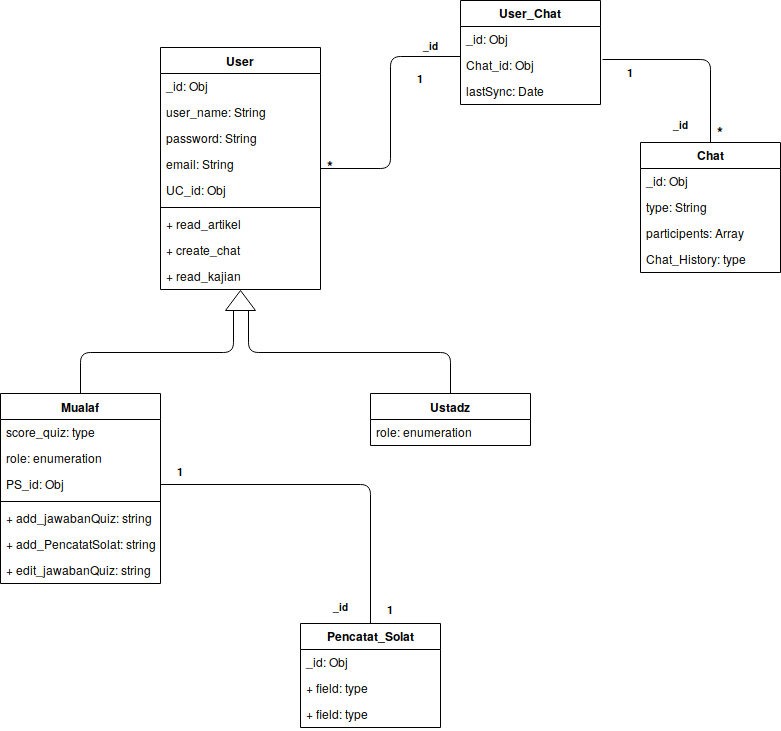
Before: Dokumentasi YUMNA/Class Diagram(1).png, a diagram exported from draw.io (zevaherutomo14/GitYumna). Source tidied: cells renumbered, new cells last; positions are measured from the earlier drawing's top-left corner, leaving out a move shared by most shapes.
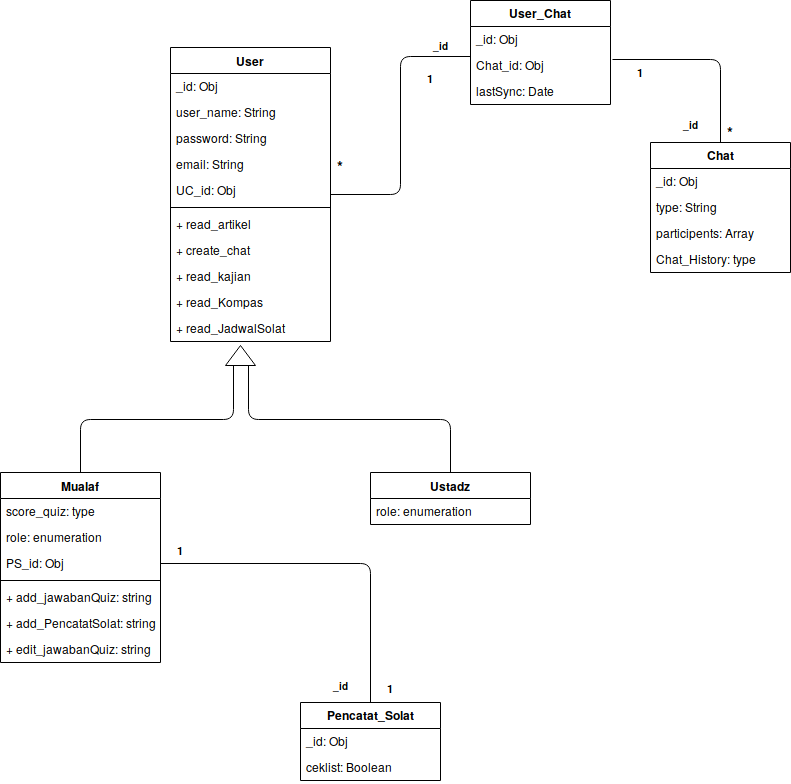
After the change.

Commit message:
Class Diagram V1.02

What changed in the source:
```diff
@@ -3,7 +3,7 @@
     <mxCell id="0" />
     <mxCell id="1" parent="0" />
     <mxCell id="2" style="triangle;whiteSpace=wrap;html=1;rotation=-90;" parent="1" vertex="1">
-      <mxGeometry x="230" y="285" width="20" height="30" as="geometry" />
+      <mxGeometry x="220" y="340" width="20" height="30" as="geometry" />
     </mxCell>
     <mxCell id="3" style="endArrow=none;html=1;edgeStyle=elbowEdgeStyle;elbow=vertical;entryX=0;entryY=0.25;entryDx=0;entryDy=0;" parent="1" edge="1" source="5" target="2">
       <mxGeometry relative="1" as="geometry" />
@@ -12,7 +12,7 @@
       <mxGeometry relative="1" as="geometry" />
     </mxCell>
     <mxCell id="5" value="Mualaf" style="swimlane;fontStyle=1;align=center;verticalAlign=top;horizontal=1;startSize=26;" parent="1" vertex="1">
-      <mxGeometry y="393" width="160" height="190" as="geometry" />
+      <mxGeometry x="-10" y="472" width="160" height="190" as="geometry" />
     </mxCell>
     <mxCell id="6" value="score_quiz: type" style="text;strokeColor=none;fillColor=none;align=left;verticalAlign=top;spacingLeft=4;spacingRight=4;overflow=hidden;" parent="5" vertex="1">
       <mxGeometry y="26" width="160" height="26" as="geometry" />
@@ -36,7 +36,7 @@
       <mxGeometry y="164" width="160" height="26" as="geometry" />
     </mxCell>
     <mxCell id="13" value="Ustadz" style="swimlane;fontStyle=1;align=center;verticalAlign=top;horizontal=1;startSize=26;" parent="1" vertex="1">
-      <mxGeometry x="370" y="393" width="160" height="52" as="geometry" />
+      <mxGeometry x="360" y="472" width="160" height="52" as="geometry" />
     </mxCell>
     <mxCell id="14" value="role: enumeration" style="text;strokeColor=none;fillColor=none;align=left;verticalAlign=top;spacingLeft=4;spacingRight=4;overflow=hidden;" parent="13" vertex="1">
       <mxGeometry y="26" width="160" height="26" as="geometry" />
@@ -69,7 +69,7 @@
       <mxGeometry y="78" width="140" height="26" as="geometry" />
     </mxCell>
     <mxCell id="24" value="User" style="swimlane;fontStyle=1;align=center;verticalAlign=top;horizontal=1;startSize=26;" parent="1" vertex="1">
-      <mxGeometry x="160" y="47" width="160" height="242" as="geometry" />
+      <mxGeometry x="160" y="47" width="160" height="294" as="geometry" />
     </mxCell>
     <mxCell id="25" value="_id: Obj" style="text;strokeColor=none;fillColor=none;align=left;verticalAlign=top;spacingLeft=4;spacingRight=4;overflow=hidden;" parent="24" vertex="1">
       <mxGeometry y="26" width="160" height="26" as="geometry" />
@@ -98,6 +98,12 @@
     <mxCell id="33" value="+ read_kajian" style="text;strokeColor=none;fillColor=none;align=left;verticalAlign=top;spacingLeft=4;spacingRight=4;overflow=hidden;" parent="24" vertex="1">
       <mxGeometry y="216" width="160" height="26" as="geometry" />
     </mxCell>
+    <mxCell id="50" value="+ read_Kompas" style="text;strokeColor=none;fillColor=none;align=left;verticalAlign=top;spacingLeft=4;spacingRight=4;overflow=hidden;" parent="24" vertex="1">
+      <mxGeometry y="242" width="160" height="26" as="geometry" />
+    </mxCell>
+    <mxCell id="51" value="+ read_JadwalSolat" style="text;strokeColor=none;fillColor=none;align=left;verticalAlign=top;spacingLeft=4;spacingRight=4;overflow=hidden;" parent="24" vertex="1">
+      <mxGeometry y="268" width="160" height="26" as="geometry" />
+    </mxCell>
     <mxCell id="34" style="endArrow=none;html=1;entryX=0;entryY=0.154;entryDx=0;entryDy=0;entryPerimeter=0;edgeStyle=elbowEdgeStyle;exitX=1;exitY=0.5;exitDx=0;exitDy=0;" parent="1" edge="1" source="24" target="22">
       <mxGeometry relative="1" as="geometry" />
     </mxCell>
@@ -123,28 +129,25 @@
       <mxGeometry x="630" y="98" width="100" height="40" as="geometry" />
     </mxCell>
     <mxCell id="42" value="Pencatat_Solat" style="swimlane;fontStyle=1;horizontal=1;startSize=26;fillColor=none;" parent="1" vertex="1">
-      <mxGeometry x="300" y="623" width="140" height="104" as="geometry" />
+      <mxGeometry x="290" y="702" width="140" height="78" as="geometry" />
     </mxCell>
     <mxCell id="43" value="_id: Obj" style="text;strokeColor=none;fillColor=none;align=left;verticalAlign=top;spacingLeft=4;spacingRight=4;overflow=hidden;" parent="42" vertex="1">
       <mxGeometry y="26" width="140" height="26" as="geometry" />
     </mxCell>
-    <mxCell id="44" value="+ field: type" style="text;strokeColor=none;fillColor=none;align=left;verticalAlign=top;spacingLeft=4;spacingRight=4;overflow=hidden;" parent="42" vertex="1">
-      <mxGeometry y="52" width="140" height="26" as="geometry" />
-    </mxCell>
-    <mxCell id="45" value="+ field: type" style="text;strokeColor=none;fillColor=none;align=left;verticalAlign=top;spacingLeft=4;spacingRight=4;overflow=hidden;" parent="42" vertex="1">
-      <mxGeometry y="78" width="140" height="26" as="geometry" />
+    <mxCell id="45" value="ceklist: Boolean" style="text;strokeColor=none;fillColor=none;align=left;verticalAlign=top;spacingLeft=4;spacingRight=4;overflow=hidden;" parent="42" vertex="1">
+      <mxGeometry y="52" width="140" height="26" as="geometry" />
     </mxCell>
     <mxCell id="46" style="endArrow=none;html=1;edgeStyle=orthogonalEdgeStyle;entryX=1;entryY=0.5;entryDx=0;entryDy=0;exitX=0.5;exitY=0;exitDx=0;exitDy=0;" parent="1" edge="1" source="42" target="8">
       <mxGeometry relative="1" as="geometry" />
     </mxCell>
     <mxCell id="47" value="&lt;font style=&quot;font-size: 11px&quot;&gt;1&lt;/font&gt;" style="text;strokeColor=none;fillColor=none;html=1;fontSize=24;fontStyle=1;verticalAlign=middle;align=center;" parent="1" vertex="1">
-      <mxGeometry x="340" y="583" width="100" height="40" as="geometry" />
+      <mxGeometry x="330" y="662" width="100" height="40" as="geometry" />
     </mxCell>
     <mxCell id="48" value="&lt;font style=&quot;font-size: 11px&quot;&gt;1&lt;/font&gt;" style="text;strokeColor=none;fillColor=none;html=1;fontSize=24;fontStyle=1;verticalAlign=middle;align=center;" parent="1" vertex="1">
-      <mxGeometry x="130" y="445" width="100" height="40" as="geometry" />
+      <mxGeometry x="120" y="524" width="100" height="40" as="geometry" />
     </mxCell>
     <mxCell id="49" value="&lt;font style=&quot;font-size: 10px&quot;&gt;_id&lt;/font&gt;" style="text;strokeColor=none;fillColor=none;html=1;fontSize=24;fontStyle=1;verticalAlign=middle;align=center;" parent="1" vertex="1">
-      <mxGeometry x="290" y="580" width="100" height="40" as="geometry" />
+      <mxGeometry x="280" y="659" width="100" height="40" as="geometry" />
     </mxCell>
   </root>
 </mxGraphModel>
```
